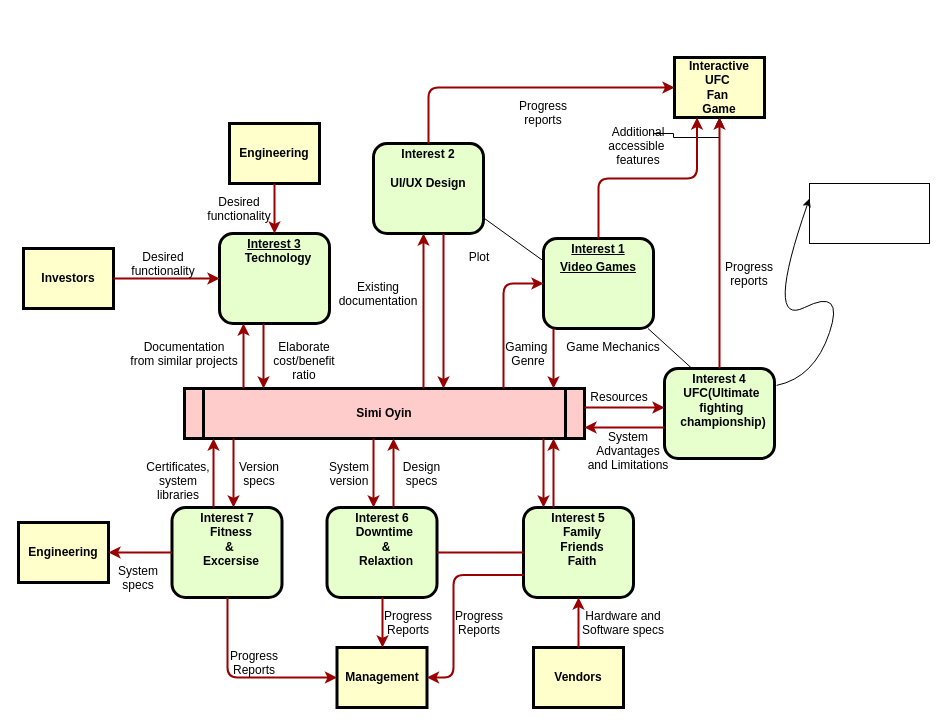
This is Untitled Diagram.drawio from simioyin222/CapstoneProjectIdeaBoard, a draw.io file, before an edit. Source tidied: cells renumbered, new cells numbered last; positions are measured from the earlier drawing's top-left corner, leaving out a move shared by most shapes. Both pictures are drawn from the tidied source at 100%, with x=0, y=0 at pixel (18, 57).
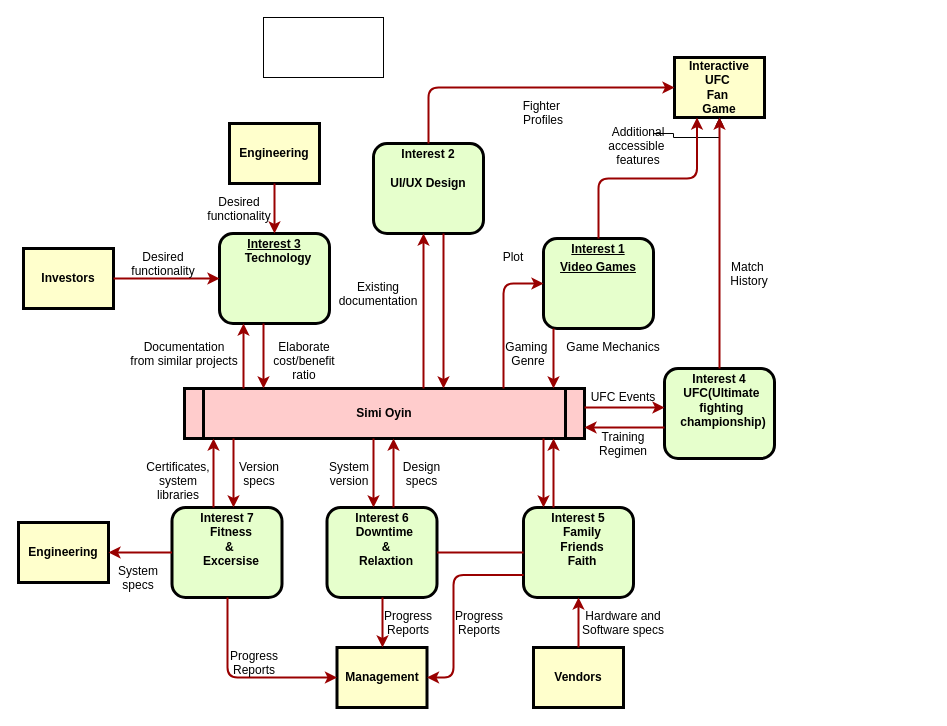
The same diagram, later.

Commit message:
fix ui and ux for video games

The change refers to these unchanged cells:
```xml
<mxCell id="7" value="&lt;p style=&quot;margin: 0px; margin-top: 4px; text-align: center; text-decoration: underline;&quot;&gt;&lt;/p&gt;Interest 4&lt;p style=&quot;margin: 0px; margin-left: 8px;&quot;&gt;UFC(Ultimate&amp;nbsp;&lt;/p&gt;&lt;p style=&quot;margin: 0px; margin-left: 8px;&quot;&gt;fighting&amp;nbsp;&lt;/p&gt;&lt;p style=&quot;margin: 0px; margin-left: 8px;&quot;&gt;championship)&lt;/p&gt;" style="verticalAlign=middle;align=center;overflow=fill;fontSize=12;fontFamily=Helvetica;html=1;rounded=1;fontStyle=1;strokeWidth=3;fillColor=#E6FFCC;" parent="1" vertex="1">
  <mxGeometry x="646" y="311" width="110" height="90" as="geometry" />
</mxCell>
<mxCell id="8" value="&lt;p style=&quot;margin: 0px; margin-top: 4px; text-align: center; text-decoration: underline;&quot;&gt;&lt;/p&gt;&lt;p style=&quot;border-color: var(--border-color); text-decoration-line: underline; margin: 4px 0px 0px;&quot;&gt;Interest 1&lt;/p&gt;&lt;p style=&quot;border-color: var(--border-color); text-decoration-line: underline; margin: 4px 0px 0px;&quot;&gt;Video Games&lt;/p&gt;" style="verticalAlign=middle;align=center;overflow=fill;fontSize=12;fontFamily=Helvetica;html=1;rounded=1;fontStyle=1;strokeWidth=3;fillColor=#E6FFCC;" parent="1" vertex="1">
  <mxGeometry x="525" y="181" width="110" height="90" as="geometry" />
</mxCell>
```

Diff of the diagram source:
```diff
@@
     <mxCell id="28" value="Plot" style="text;spacingTop=-5;align=center;" parent="1" vertex="1">
-      <mxGeometry x="446" y="191" width="30" height="20" as="geometry" />
+      <mxGeometry x="480" y="191" width="30" height="20" as="geometry" />
     </mxCell>
-    <mxCell id="29" value="Progress&#10;reports" style="text;spacingTop=-5;align=center;" parent="1" vertex="1">
+    <mxCell id="29" value="Fighter &#10;Profiles" style="text;spacingTop=-5;align=center;" parent="1" vertex="1">
       <mxGeometry x="510" y="40" width="30" height="20" as="geometry" />
     </mxCell>
@@
-    <mxCell id="32" value="Progress&#10;reports" style="text;spacingTop=-5;align=center;" parent="1" vertex="1">
+    <mxCell id="32" value="Match &#10;History" style="text;spacingTop=-5;align=center;" parent="1" vertex="1">
       <mxGeometry x="716" y="201" width="30" height="20" as="geometry" />
     </mxCell>
@@
-    <mxCell id="42" value="Resources" style="text;spacingTop=-5;align=center;" parent="1" vertex="1">
-      <mxGeometry x="586" y="331" width="30" height="20" as="geometry" />
+    <mxCell id="42" value="UFC Events" style="text;spacingTop=-5;align=center;" parent="1" vertex="1">
+      <mxGeometry x="590" y="331" width="30" height="20" as="geometry" />
     </mxCell>
-    <mxCell id="43" value="System &#10;Advantages &#10;and Limitations" style="text;spacingTop=-5;align=center;" parent="1" vertex="1">
-      <mxGeometry x="595" y="371" width="30" height="20" as="geometry" />
+    <mxCell id="43" value="Training&#10;Regimen" style="text;spacingTop=-5;align=center;" parent="1" vertex="1">
+      <mxGeometry x="600" y="371" width="10" height="19" as="geometry" />
     </mxCell>
@@
     <mxCell id="64" style="rounded=0;whiteSpace=wrap;html=1;" parent="1" vertex="1">
-      <mxGeometry x="791" y="126" width="120" height="60" as="geometry" />
+      <mxGeometry x="245" y="-40" width="120" height="60" as="geometry" />
     </mxCell>
-    <mxCell id="65" style="curved=1;endArrow=classic;html=1;rounded=0;entryX=0;entryY=0.25;entryDx=0;entryDy=0;exitX=1.019;exitY=0.188;exitDx=0;exitDy=0;exitPerimeter=0;" parent="1" edge="1" source="7" target="64">
-      <mxGeometry relative="1" as="geometry">
-        <Array as="points">
-          <mxPoint x="796" y="320" />
-          <mxPoint x="826" y="230" />
-          <mxPoint x="746" y="270" />
-        </Array>
-      </mxGeometry>
-    </mxCell>
-    <mxCell id="66" style="endArrow=none;html=1;rounded=0;entryX=0.25;entryY=0;entryDx=0;entryDy=0;" parent="1" edge="1" source="8" target="7">
-      <mxGeometry relative="1" as="geometry" />
-    </mxCell>
-    <mxCell id="67" style="endArrow=none;html=1;rounded=0;entryX=0;entryY=0.25;entryDx=0;entryDy=0;" parent="1" edge="1" target="8">
-      <mxGeometry relative="1" as="geometry">
-        <mxPoint x="466" y="161" as="sourcePoint" />
-      </mxGeometry>
-    </mxCell>
```
